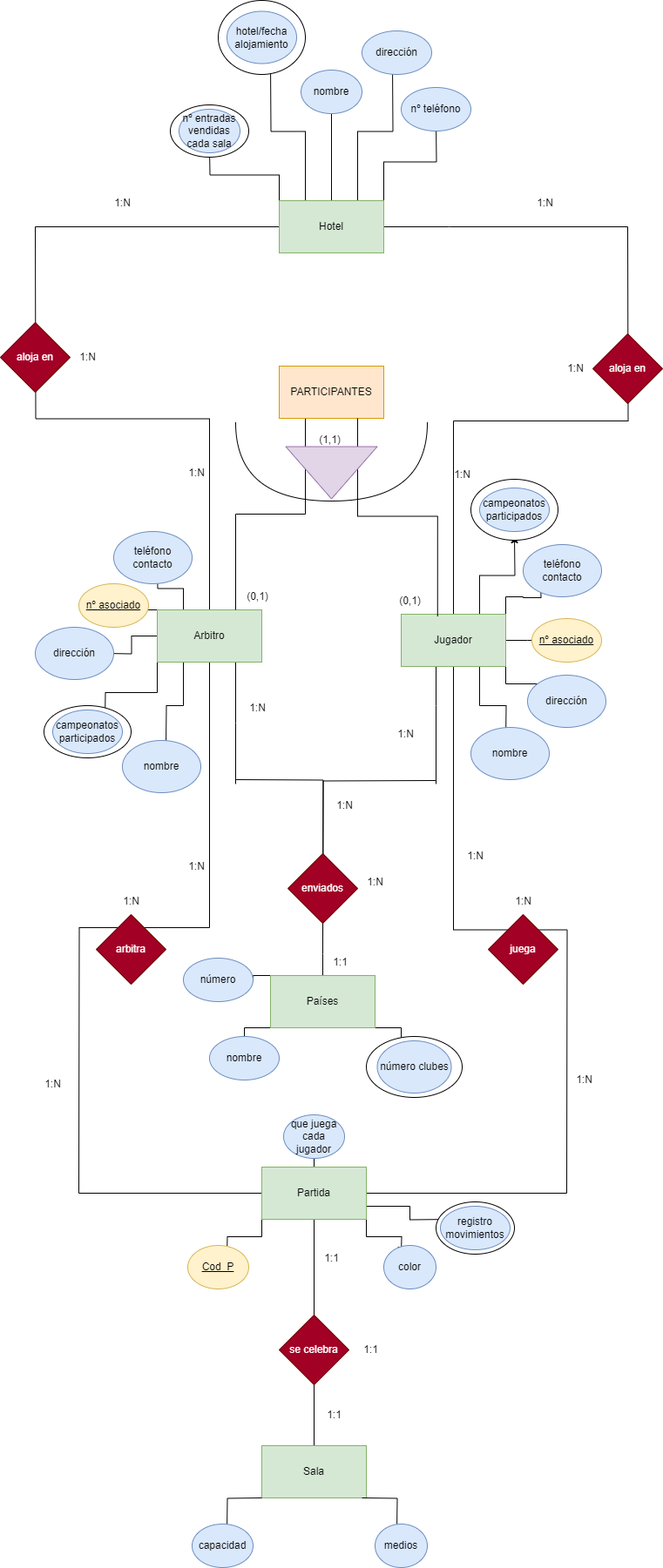
Above: Unidad-2/Tarea-Entregable-2/Tarea-Entregable-2.drawio.png in jpprguezz/BAE (draw.io), before the change. Source tidied: cells renumbered, new cells last; positions are measured from the earlier drawing's top-left corner, leaving out a move shared by most shapes.
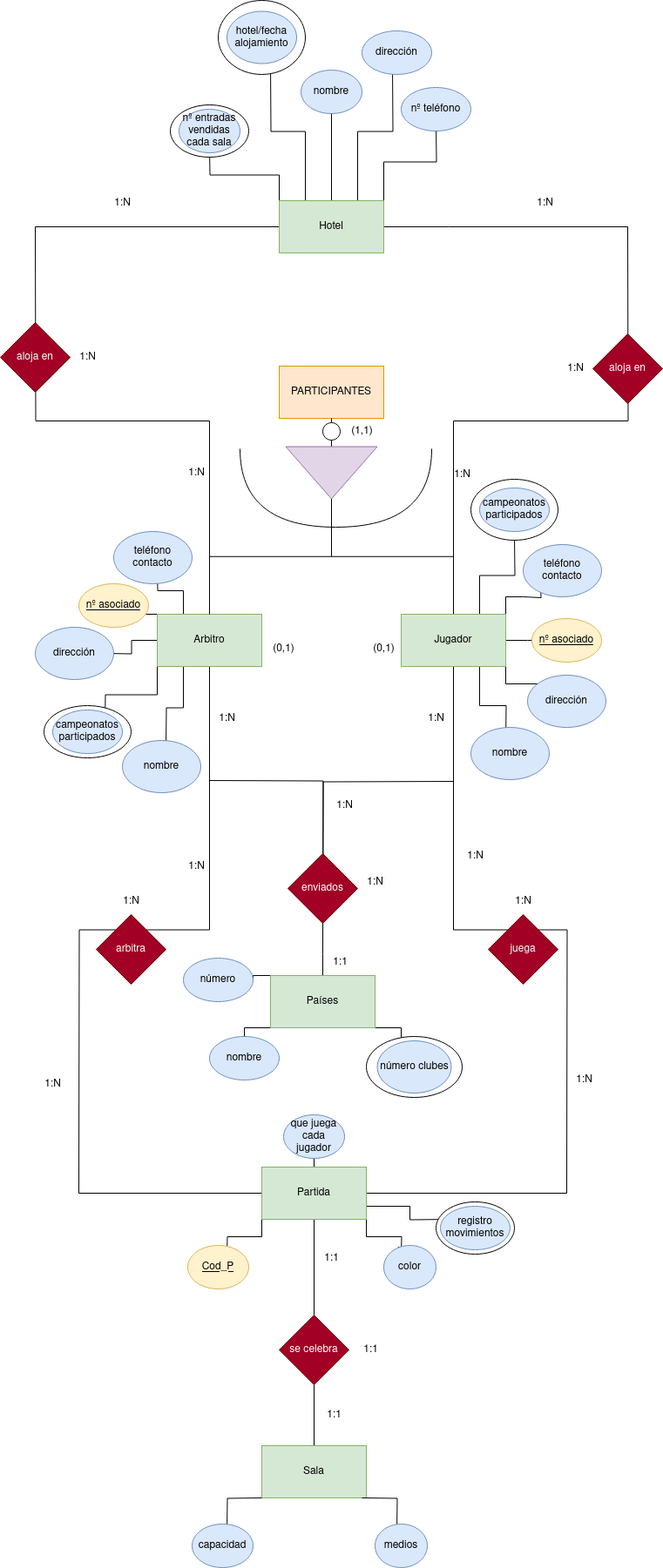
The same diagram one commit later.

What changed in the source:
```diff
@@ -37,19 +37,14 @@
         <mxPoint x="40" y="260" as="targetPoint" />
       </mxGeometry>
     </mxCell>
-    <mxCell id="9" style="edgeStyle=orthogonalEdgeStyle;rounded=0;orthogonalLoop=1;jettySize=auto;html=1;exitX=0.75;exitY=1;exitDx=0;exitDy=0;endArrow=none;endFill=0;" parent="1" edge="1">
+    <mxCell id="9" style="edgeStyle=orthogonalEdgeStyle;rounded=0;orthogonalLoop=1;jettySize=auto;html=1;endArrow=none;endFill=0;" parent="1" edge="1">
       <mxGeometry relative="1" as="geometry">
-        <mxPoint x="270" y="895" as="sourcePoint" />
+        <mxPoint x="240" y="896" as="sourcePoint" />
         <mxPoint x="370" y="1070" as="targetPoint" />
       </mxGeometry>
     </mxCell>
-    <mxCell id="10" style="edgeStyle=orthogonalEdgeStyle;rounded=0;jettySize=auto;html=1;exitX=0.75;exitY=1;exitDx=0;exitDy=0;endArrow=none;endFill=0;" parent="1" edge="1" source="11">
-      <mxGeometry relative="1" as="geometry">
-        <mxPoint x="270" y="900" as="targetPoint" />
-      </mxGeometry>
-    </mxCell>
     <mxCell id="11" value="Arbitro" style="rounded=0;whiteSpace=wrap;html=1;fillColor=#d5e8d4;strokeColor=#82b366;" parent="1" vertex="1">
-      <mxGeometry x="180" y="700" width="120" height="60" as="geometry" />
+      <mxGeometry x="180" y="705" width="120" height="60" as="geometry" />
     </mxCell>
     <mxCell id="12" style="edgeStyle=orthogonalEdgeStyle;rounded=0;jettySize=auto;html=1;exitX=1;exitY=1;exitDx=0;exitDy=0;" parent="1" edge="1" source="21">
       <mxGeometry relative="1" as="geometry">
@@ -66,7 +61,7 @@
         <mxPoint x="580" y="855" as="targetPoint" />
       </mxGeometry>
     </mxCell>
-    <mxCell id="15" style="edgeStyle=orthogonalEdgeStyle;rounded=0;jettySize=auto;html=1;exitX=0.75;exitY=0;exitDx=0;exitDy=0;" parent="1" edge="1" source="21">
+    <mxCell id="15" style="edgeStyle=orthogonalEdgeStyle;rounded=0;jettySize=auto;html=1;exitX=0.75;exitY=0;exitDx=0;exitDy=0;endArrow=none;endFill=0;" parent="1" edge="1" source="21">
       <mxGeometry relative="1" as="geometry">
         <mxPoint x="590" y="615" as="targetPoint" />
       </mxGeometry>
@@ -78,7 +73,7 @@
     </mxCell>
     <mxCell id="17" style="edgeStyle=orthogonalEdgeStyle;rounded=0;orthogonalLoop=1;jettySize=auto;html=1;endArrow=none;endFill=0;" parent="1" edge="1">
       <mxGeometry relative="1" as="geometry">
-        <mxPoint x="500" y="896" as="sourcePoint" />
+        <mxPoint x="520" y="897" as="sourcePoint" />
         <mxPoint x="370" y="1085" as="targetPoint" />
       </mxGeometry>
     </mxCell>
@@ -92,30 +87,20 @@
         <mxPoint x="720" y="260" as="targetPoint" />
       </mxGeometry>
     </mxCell>
-    <mxCell id="20" style="edgeStyle=orthogonalEdgeStyle;rounded=0;orthogonalLoop=1;jettySize=auto;html=1;exitX=0.25;exitY=1;exitDx=0;exitDy=0;endArrow=none;endFill=0;" parent="1" edge="1">
-      <mxGeometry relative="1" as="geometry">
-        <mxPoint x="500" y="765" as="sourcePoint" />
-        <mxPoint x="500" y="900" as="targetPoint" />
-        <Array as="points">
-          <mxPoint x="500" y="810" />
-          <mxPoint x="500" y="810" />
-        </Array>
-      </mxGeometry>
-    </mxCell>
+    <mxCell id="110" style="edgeStyle=orthogonalEdgeStyle;rounded=0;jettySize=auto;html=1;exitX=0.5;exitY=0;exitDx=0;exitDy=0;endArrow=none;endFill=0;" parent="1" edge="1" source="21" target="106">
+      <mxGeometry relative="1" as="geometry" />
+    </mxCell>
     <mxCell id="21" value="Jugador" style="whiteSpace=wrap;html=1;fillColor=#d5e8d4;strokeColor=#82b366;" parent="1" vertex="1">
       <mxGeometry x="460" y="705" width="120" height="60" as="geometry" />
     </mxCell>
-    <mxCell id="22" style="edgeStyle=orthogonalEdgeStyle;rounded=0;jettySize=auto;html=1;exitX=0.25;exitY=1;exitDx=0;exitDy=0;entryX=0.75;entryY=0;entryDx=0;entryDy=0;endArrow=none;endFill=0;" parent="1" edge="1" source="23" target="11">
-      <mxGeometry relative="1" as="geometry" />
-    </mxCell>
+    <mxCell id="111" style="edgeStyle=orthogonalEdgeStyle;rounded=0;jettySize=auto;html=1;exitX=0.5;exitY=1;exitDx=0;exitDy=0;entryX=0;entryY=0.5;entryDx=0;entryDy=0;endArrow=none;endFill=0;" parent="1" edge="1" source="114" target="106">
+      <mxGeometry relative="1" as="geometry" />
+    </mxCell>
     <mxCell id="23" value="PARTICIPANTES" style="whiteSpace=wrap;html=1;fillColor=#ffe6cc;strokeColor=#d79b00;" parent="1" vertex="1">
       <mxGeometry x="320" y="420" width="120" height="60" as="geometry" />
     </mxCell>
-    <mxCell id="24" style="edgeStyle=orthogonalEdgeStyle;rounded=0;jettySize=auto;html=1;exitX=0.75;exitY=1;exitDx=0;exitDy=0;endArrow=none;endFill=0;entryX=0.348;entryY=0.042;entryDx=0;entryDy=0;entryPerimeter=0;" parent="1" edge="1" source="23" target="21">
-      <mxGeometry relative="1" as="geometry" />
-    </mxCell>
     <mxCell id="25" style="shape=requiredInterface;html=1;verticalLabelPosition=bottom;sketch=0;rotation=90;" parent="1" vertex="1">
-      <mxGeometry x="335" y="420" width="90" height="220" as="geometry" />
+      <mxGeometry x="340" y="450" width="90" height="220" as="geometry" />
     </mxCell>
     <mxCell id="26" value="&lt;u&gt;nº asociado&lt;/u&gt;" style="ellipse;whiteSpace=wrap;html=1;fillColor=#fff2cc;strokeColor=#d6b656;" parent="1" vertex="1">
       <mxGeometry x="610" y="710" width="80" height="50" as="geometry" />
@@ -298,7 +283,7 @@
     <mxCell id="73" value="campeonatos participados" style="ellipse;whiteSpace=wrap;html=1;fillColor=#dae8fc;strokeColor=#6c8ebf;" parent="1" vertex="1">
       <mxGeometry x="550" y="560" width="80" height="50" as="geometry" />
     </mxCell>
-    <mxCell id="74" style="ellipse;whiteSpace=wrap;html=1;" parent="1" vertex="1">
+    <mxCell id="74" style="ellipse;whiteSpace=wrap;html=1;rotation=0;" parent="1" vertex="1">
       <mxGeometry x="420" y="1190" width="110" height="70" as="geometry" />
     </mxCell>
     <mxCell id="75" value="número clubes" style="ellipse;whiteSpace=wrap;html=1;fillColor=#dae8fc;strokeColor=#6c8ebf;" parent="1" vertex="1">
@@ -386,10 +371,10 @@
       <mxGeometry x="605" y="218" width="40" height="30" as="geometry" />
     </mxCell>
     <mxCell id="101" value="1:N" style="text;html=1;align=center;verticalAlign=middle;strokeColor=none;fillColor=none;" parent="1" vertex="1">
-      <mxGeometry x="275" y="798" width="40" height="30" as="geometry" />
+      <mxGeometry x="240" y="810" width="40" height="30" as="geometry" />
     </mxCell>
     <mxCell id="102" value="1:N" style="text;html=1;align=center;verticalAlign=middle;strokeColor=none;fillColor=none;" parent="1" vertex="1">
-      <mxGeometry x="445" y="828" width="40" height="30" as="geometry" />
+      <mxGeometry x="480" y="810" width="40" height="30" as="geometry" />
     </mxCell>
     <mxCell id="103" value="1:1" style="text;html=1;align=center;verticalAlign=middle;strokeColor=none;fillColor=none;" parent="1" vertex="1">
       <mxGeometry x="370" y="1090" width="40" height="30" as="geometry" />
@@ -400,17 +385,26 @@
     <mxCell id="105" value="1:N" style="text;html=1;align=center;verticalAlign=middle;strokeColor=none;fillColor=none;" parent="1" vertex="1">
       <mxGeometry x="410" y="998" width="40" height="30" as="geometry" />
     </mxCell>
+    <mxCell id="112" style="edgeStyle=orthogonalEdgeStyle;rounded=0;jettySize=auto;html=1;exitX=1;exitY=0.5;exitDx=0;exitDy=0;entryX=0.5;entryY=0;entryDx=0;entryDy=0;endArrow=none;endFill=0;" parent="1" edge="1" source="106" target="11">
+      <mxGeometry relative="1" as="geometry" />
+    </mxCell>
     <mxCell id="106" style="triangle;whiteSpace=wrap;html=1;rotation=90;fillColor=#e1d5e7;strokeColor=#9673a6;" parent="1" vertex="1">
       <mxGeometry x="350" y="490" width="60" height="105" as="geometry" />
     </mxCell>
-    <mxCell id="107" value="(1,1)" style="text;html=1;align=center;verticalAlign=middle;strokeColor=none;fillColor=none;" parent="1" vertex="1">
-      <mxGeometry x="353" y="490" width="50" height="30" as="geometry" />
-    </mxCell>
     <mxCell id="108" value="(0,1)" style="text;html=1;align=center;verticalAlign=middle;strokeColor=none;fillColor=none;" parent="1" vertex="1">
-      <mxGeometry x="270" y="670" width="50" height="30" as="geometry" />
+      <mxGeometry x="300" y="730" width="50" height="30" as="geometry" />
     </mxCell>
     <mxCell id="109" value="(0,1)" style="text;html=1;align=center;verticalAlign=middle;strokeColor=none;fillColor=none;" parent="1" vertex="1">
-      <mxGeometry x="445" y="675" width="50" height="30" as="geometry" />
+      <mxGeometry x="415" y="730" width="50" height="30" as="geometry" />
     </mxCell>
+    <mxCell id="107" value="(1,1)" style="text;html=1;align=center;verticalAlign=middle;strokeColor=none;fillColor=none;" parent="1" vertex="1">
+      <mxGeometry x="390" y="480" width="50" height="30" as="geometry" />
+    </mxCell>
+    <mxCell id="113" style="edgeStyle=orthogonalEdgeStyle;rounded=0;jettySize=auto;html=1;exitX=0.5;exitY=0;exitDx=0;exitDy=0;entryX=0.5;entryY=1;entryDx=0;entryDy=0;endArrow=none;endFill=0;" parent="1" edge="1" source="114" target="23">
+      <mxGeometry relative="1" as="geometry" />
+    </mxCell>
+    <mxCell id="114" style="ellipse;whiteSpace=wrap;html=1;" parent="1" vertex="1">
+      <mxGeometry x="370" y="485" width="20" height="20" as="geometry" />
+    </mxCell>
   </root>
 </mxGraphModel>
```
